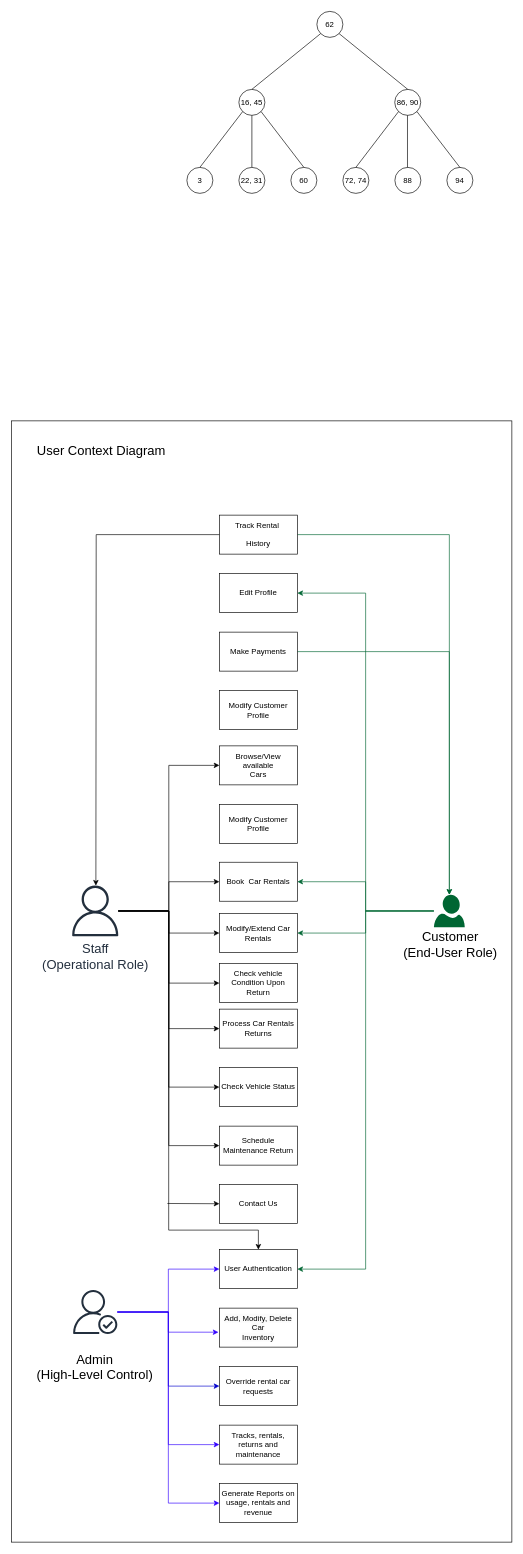
Above: Resources/Requirements & Specifications/User Context Diagram.drawio in rukky0123/COSC3506-001XE (draw.io), before the change. Source tidied: cells renumbered, new cells numbered last; positions are measured from the earlier drawing's top-left corner, leaving out a move shared by most shapes. Both pictures are drawn from the tidied source at 65%, with x=0, y=0 at pixel (11, 11).
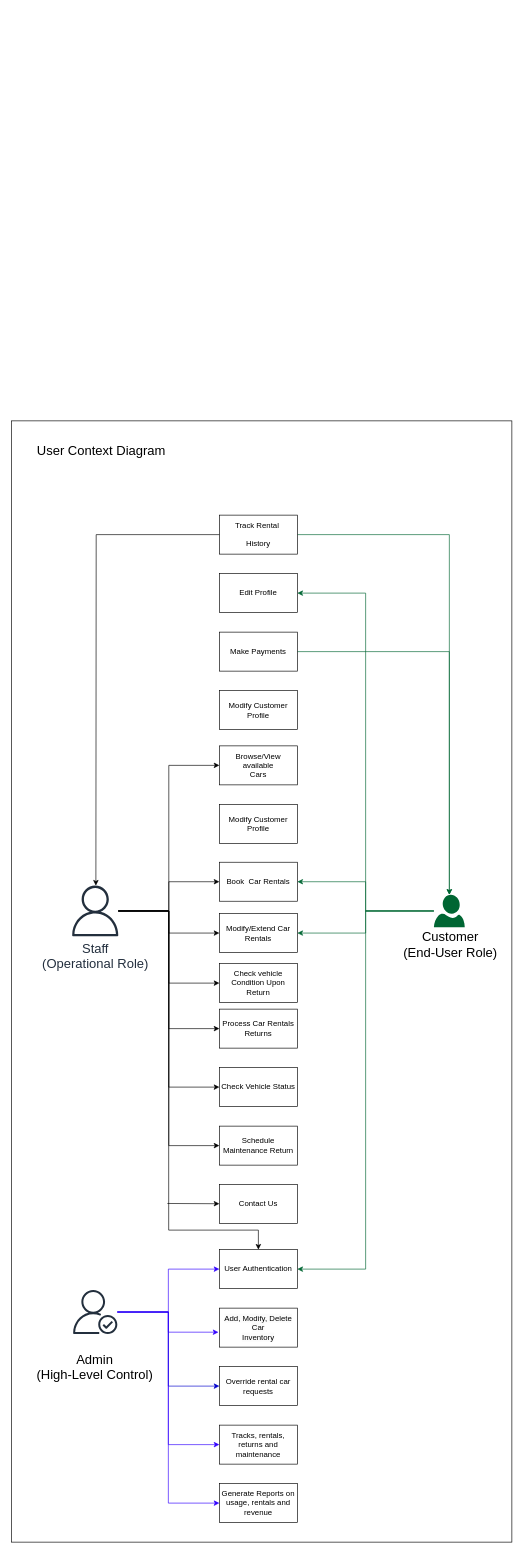
The same page after the edit.

What changed in the source:
```diff
@@
-    <mxCell id="48" value="62" style="ellipse;whiteSpace=wrap;html=1;" parent="1" vertex="1">
-      <mxGeometry x="470" width="40" height="40" as="geometry" />
-    </mxCell>
-    <mxCell id="49" value="16, 45" style="ellipse;whiteSpace=wrap;html=1;" parent="1" vertex="1">
-      <mxGeometry x="350" y="120" width="40" height="40" as="geometry" />
-    </mxCell>
-    <mxCell id="50" value="86, 90" style="ellipse;whiteSpace=wrap;html=1;" parent="1" vertex="1">
-      <mxGeometry x="589.8" y="120" width="40" height="40" as="geometry" />
-    </mxCell>
-    <mxCell id="51" style="endArrow=none;html=1;rounded=0;exitX=0.5;exitY=0;exitDx=0;exitDy=0;entryX=0;entryY=1;entryDx=0;entryDy=0;" parent="1" edge="1" source="49" target="48">
-      <mxGeometry relative="1" as="geometry" />
-    </mxCell>
-    <mxCell id="52" style="endArrow=none;html=1;rounded=0;exitX=0.5;exitY=0;exitDx=0;exitDy=0;entryX=1;entryY=1;entryDx=0;entryDy=0;" parent="1" edge="1" source="50" target="48">
-      <mxGeometry relative="1" as="geometry" />
-    </mxCell>
-    <mxCell id="53" style="endArrow=none;html=1;rounded=0;entryX=0.5;entryY=1;entryDx=0;entryDy=0;" parent="1" edge="1" target="49">
-      <mxGeometry relative="1" as="geometry">
-        <mxPoint x="370" y="240" as="sourcePoint" />
-      </mxGeometry>
-    </mxCell>
-    <mxCell id="54" style="endArrow=none;html=1;rounded=0;entryX=0;entryY=1;entryDx=0;entryDy=0;exitX=0.5;exitY=0;exitDx=0;exitDy=0;" parent="1" edge="1" source="57" target="49">
-      <mxGeometry relative="1" as="geometry" />
-    </mxCell>
-    <mxCell id="55" style="endArrow=none;html=1;rounded=0;exitX=1;exitY=1;exitDx=0;exitDy=0;entryX=0.5;entryY=0;entryDx=0;entryDy=0;" parent="1" edge="1" source="49" target="58">
-      <mxGeometry relative="1" as="geometry" />
-    </mxCell>
-    <mxCell id="56" value="22, 31" style="ellipse;whiteSpace=wrap;html=1;" parent="1" vertex="1">
-      <mxGeometry x="350" y="240" width="40" height="40" as="geometry" />
-    </mxCell>
-    <mxCell id="57" value="3" style="ellipse;whiteSpace=wrap;html=1;" parent="1" vertex="1">
-      <mxGeometry x="270" y="240" width="40" height="40" as="geometry" />
-    </mxCell>
-    <mxCell id="58" value="60" style="ellipse;whiteSpace=wrap;html=1;" parent="1" vertex="1">
-      <mxGeometry x="430" y="240" width="40" height="40" as="geometry" />
-    </mxCell>
-    <mxCell id="59" value="88" style="ellipse;whiteSpace=wrap;html=1;" parent="1" vertex="1">
-      <mxGeometry x="590" y="240" width="40" height="40" as="geometry" />
-    </mxCell>
-    <mxCell id="60" value="72, 74" style="ellipse;whiteSpace=wrap;html=1;" parent="1" vertex="1">
-      <mxGeometry x="510" y="240" width="40" height="40" as="geometry" />
-    </mxCell>
-    <mxCell id="61" value="94" style="ellipse;whiteSpace=wrap;html=1;" parent="1" vertex="1">
-      <mxGeometry x="670" y="240" width="40" height="40" as="geometry" />
-    </mxCell>
-    <mxCell id="62" style="endArrow=none;html=1;rounded=0;entryX=0;entryY=1;entryDx=0;entryDy=0;exitX=0.5;exitY=0;exitDx=0;exitDy=0;" parent="1" edge="1" source="60" target="50">
-      <mxGeometry relative="1" as="geometry" />
-    </mxCell>
-    <mxCell id="63" style="endArrow=none;html=1;rounded=0;entryX=0.5;entryY=1;entryDx=0;entryDy=0;" parent="1" edge="1">
-      <mxGeometry relative="1" as="geometry">
-        <mxPoint x="609.4" y="240" as="sourcePoint" />
-        <mxPoint x="609.4" y="160" as="targetPoint" />
-      </mxGeometry>
-    </mxCell>
-    <mxCell id="64" style="endArrow=none;html=1;rounded=0;exitX=1;exitY=1;exitDx=0;exitDy=0;entryX=0.5;entryY=0;entryDx=0;entryDy=0;" parent="1" edge="1" source="50" target="61">
-      <mxGeometry relative="1" as="geometry" />
-    </mxCell>
```
